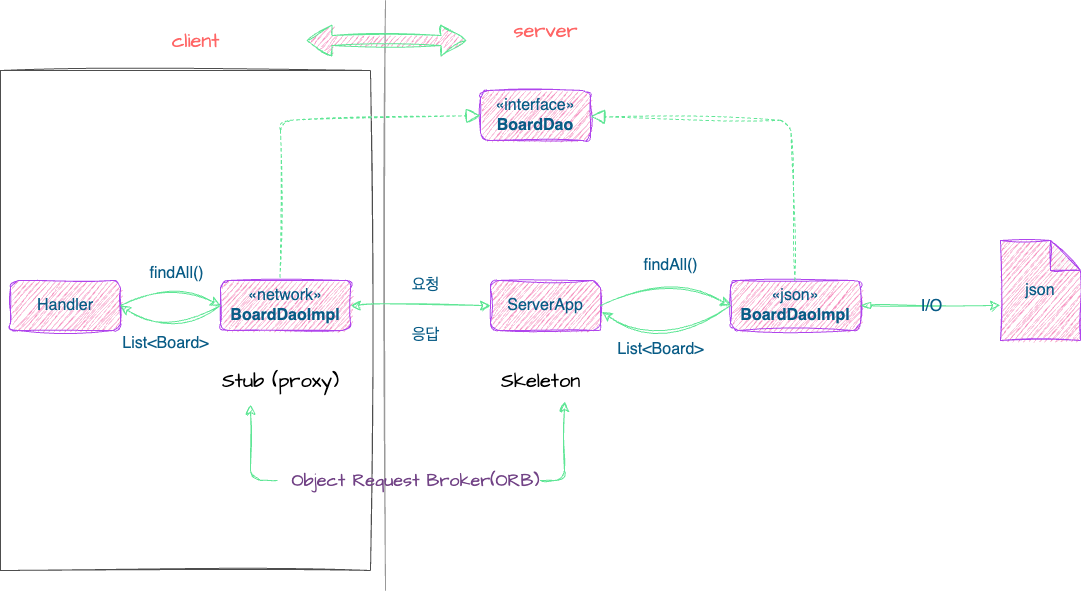
The draw.io diagram 20240117/proxy-diagram.png in zhtmr/static-files-for-posting, before a commit. Source tidied: cells renumbered, new cells last; positions are measured from the earlier drawing's top-left corner, leaving out a move shared by most shapes.
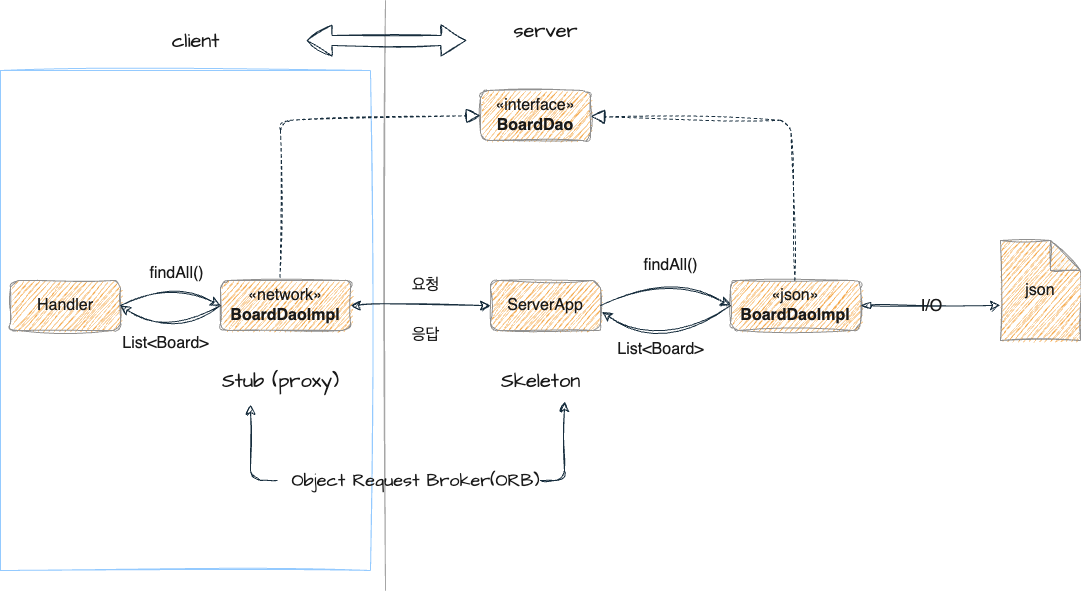
The same file after the commit.

What changed in the source:
```diff
@@ -2,28 +2,28 @@
   <root>
     <mxCell id="0" />
     <mxCell id="1" parent="0" />
-    <mxCell id="2" style="rounded=0;whiteSpace=wrap;html=1;sketch=1;hachureGap=4;jiggle=2;curveFitting=1;fontFamily=Architects Daughter;fontSource=https%3A%2F%2Ffonts.googleapis.com%2Fcss%3Ffamily%3DArchitects%2BDaughter;fontSize=20;opacity=70;glass=1;fillColor=none;shadow=0;" parent="1" vertex="1">
+    <mxCell id="2" style="rounded=0;whiteSpace=wrap;html=1;sketch=1;hachureGap=4;jiggle=2;curveFitting=1;fontFamily=Architects Daughter;fontSource=https%3A%2F%2Ffonts.googleapis.com%2Fcss%3Ffamily%3DArchitects%2BDaughter;fontSize=20;opacity=70;glass=1;fillColor=none;shadow=0;labelBackgroundColor=none;strokeColor=#66B2FF;fontColor=#1A1A1A;" parent="1" vertex="1">
       <mxGeometry y="70" width="370" height="500" as="geometry" />
     </mxCell>
-    <mxCell id="3" style="line;strokeWidth=1;direction=south;html=1;sketch=1;hachureGap=4;jiggle=2;curveFitting=1;strokeColor=#808080;fontFamily=Architects Daughter;fontSource=https%3A%2F%2Ffonts.googleapis.com%2Fcss%3Ffamily%3DArchitects%2BDaughter;fontSize=20;fontColor=#095C86;fillColor=#F694C1;opacity=80;" parent="1" vertex="1">
+    <mxCell id="3" style="line;strokeWidth=1;direction=south;html=1;sketch=1;hachureGap=4;jiggle=2;curveFitting=1;strokeColor=#909090;fontFamily=Architects Daughter;fontSource=https%3A%2F%2Ffonts.googleapis.com%2Fcss%3Ffamily%3DArchitects%2BDaughter;fontSize=20;fontColor=#1A1A1A;fillColor=#F5AB50;opacity=80;labelBackgroundColor=none;" parent="1" vertex="1">
       <mxGeometry x="380" width="10" height="590" as="geometry" />
     </mxCell>
-    <mxCell id="4" value="Handler" style="html=1;whiteSpace=wrap;fontSize=16;rounded=1;sketch=1;curveFitting=1;jiggle=2;labelBackgroundColor=none;fillColor=#F694C1;strokeColor=#AF45ED;fontColor=#095C86;" parent="1" vertex="1">
+    <mxCell id="4" value="Handler" style="html=1;whiteSpace=wrap;fontSize=16;rounded=1;sketch=1;curveFitting=1;jiggle=2;labelBackgroundColor=none;fillColor=#F5AB50;strokeColor=#909090;fontColor=#1A1A1A;" parent="1" vertex="1">
       <mxGeometry x="10" y="280" width="110" height="50" as="geometry" />
     </mxCell>
-    <mxCell id="5" value="«network»&lt;br&gt;&lt;b&gt;BoardDaoImpl&lt;/b&gt;" style="html=1;whiteSpace=wrap;fontSize=16;rounded=1;sketch=1;curveFitting=1;jiggle=2;labelBackgroundColor=none;fillColor=#F694C1;strokeColor=#AF45ED;fontColor=#095C86;" parent="1" vertex="1">
+    <mxCell id="5" value="«network»&lt;br&gt;&lt;b&gt;BoardDaoImpl&lt;/b&gt;" style="html=1;whiteSpace=wrap;fontSize=16;rounded=1;sketch=1;curveFitting=1;jiggle=2;labelBackgroundColor=none;fillColor=#F5AB50;strokeColor=#909090;fontColor=#1A1A1A;" parent="1" vertex="1">
       <mxGeometry x="220" y="280" width="130" height="50" as="geometry" />
     </mxCell>
-    <mxCell id="6" value="«json»&lt;br&gt;&lt;b&gt;BoardDaoImpl&lt;/b&gt;" style="html=1;whiteSpace=wrap;fontSize=16;rounded=1;sketch=1;curveFitting=1;jiggle=2;labelBackgroundColor=none;fillColor=#F694C1;strokeColor=#AF45ED;fontColor=#095C86;" parent="1" vertex="1">
+    <mxCell id="6" value="«json»&lt;br&gt;&lt;b&gt;BoardDaoImpl&lt;/b&gt;" style="html=1;whiteSpace=wrap;fontSize=16;rounded=1;sketch=1;curveFitting=1;jiggle=2;labelBackgroundColor=none;fillColor=#F5AB50;strokeColor=#909090;fontColor=#1A1A1A;" parent="1" vertex="1">
       <mxGeometry x="730" y="280" width="130" height="50" as="geometry" />
     </mxCell>
-    <mxCell id="7" value="ServerApp" style="html=1;whiteSpace=wrap;fontSize=16;rounded=1;sketch=1;curveFitting=1;jiggle=2;labelBackgroundColor=none;fillColor=#F694C1;strokeColor=#AF45ED;fontColor=#095C86;" parent="1" vertex="1">
+    <mxCell id="7" value="ServerApp" style="html=1;whiteSpace=wrap;fontSize=16;rounded=1;sketch=1;curveFitting=1;jiggle=2;labelBackgroundColor=none;fillColor=#F5AB50;strokeColor=#909090;fontColor=#1A1A1A;" parent="1" vertex="1">
       <mxGeometry x="490" y="280" width="110" height="50" as="geometry" />
     </mxCell>
-    <mxCell id="8" value="«interface»&lt;br&gt;&lt;b&gt;BoardDao&lt;/b&gt;" style="html=1;whiteSpace=wrap;fontSize=16;rounded=1;sketch=1;curveFitting=1;jiggle=2;labelBackgroundColor=none;fillColor=#F694C1;strokeColor=#AF45ED;fontColor=#095C86;" parent="1" vertex="1">
+    <mxCell id="8" value="«interface»&lt;br&gt;&lt;b&gt;BoardDao&lt;/b&gt;" style="html=1;whiteSpace=wrap;fontSize=16;rounded=1;sketch=1;curveFitting=1;jiggle=2;labelBackgroundColor=none;fillColor=#F5AB50;strokeColor=#909090;fontColor=#1A1A1A;" parent="1" vertex="1">
       <mxGeometry x="480" y="90" width="110" height="50" as="geometry" />
     </mxCell>
-    <mxCell id="9" style="endArrow=block;dashed=1;endFill=0;endSize=12;html=1;rounded=1;fontSize=12;curved=0;exitX=0.458;exitY=-0.062;exitDx=0;exitDy=0;exitPerimeter=0;entryX=0;entryY=0.5;entryDx=0;entryDy=0;sketch=1;curveFitting=1;jiggle=2;labelBackgroundColor=none;strokeColor=#60E696;fontColor=default;" parent="1" edge="1" target="8">
+    <mxCell id="9" style="endArrow=block;dashed=1;endFill=0;endSize=12;html=1;rounded=1;fontSize=12;curved=0;exitX=0.458;exitY=-0.062;exitDx=0;exitDy=0;exitPerimeter=0;entryX=0;entryY=0.5;entryDx=0;entryDy=0;sketch=1;curveFitting=1;jiggle=2;labelBackgroundColor=none;strokeColor=#182E3E;fontColor=default;" parent="1" edge="1" target="8">
       <mxGeometry relative="1" as="geometry">
         <mxPoint x="279.5" y="276.9" as="sourcePoint" />
         <Array as="points">
@@ -31,111 +31,111 @@
         </Array>
       </mxGeometry>
     </mxCell>
-    <mxCell id="10" style="endArrow=block;dashed=1;endFill=0;endSize=12;html=1;rounded=1;fontSize=12;curved=0;sketch=1;curveFitting=1;jiggle=2;labelBackgroundColor=none;strokeColor=#60E696;fontColor=default;" parent="1" edge="1" source="6" target="8">
+    <mxCell id="10" style="endArrow=block;dashed=1;endFill=0;endSize=12;html=1;rounded=1;fontSize=12;curved=0;sketch=1;curveFitting=1;jiggle=2;labelBackgroundColor=none;strokeColor=#182E3E;fontColor=default;" parent="1" edge="1" source="6" target="8">
       <mxGeometry relative="1" as="geometry">
         <Array as="points">
           <mxPoint x="790" y="120" />
         </Array>
       </mxGeometry>
     </mxCell>
-    <mxCell id="11" value="json" style="shape=note;whiteSpace=wrap;html=1;backgroundOutline=1;darkOpacity=0.05;fontSize=16;rounded=1;sketch=1;curveFitting=1;jiggle=2;labelBackgroundColor=none;fillColor=#F694C1;strokeColor=#AF45ED;fontColor=#095C86;" parent="1" vertex="1">
+    <mxCell id="11" value="json" style="shape=note;whiteSpace=wrap;html=1;backgroundOutline=1;darkOpacity=0.05;fontSize=16;rounded=1;sketch=1;curveFitting=1;jiggle=2;labelBackgroundColor=none;fillColor=#F5AB50;strokeColor=#909090;fontColor=#1A1A1A;" parent="1" vertex="1">
       <mxGeometry x="1000" y="240" width="80" height="100" as="geometry" />
     </mxCell>
-    <mxCell id="12" style="endArrow=classic;html=1;rounded=0;fontSize=12;startSize=8;endSize=8;curved=1;exitX=1;exitY=0.5;exitDx=0;exitDy=0;entryX=0;entryY=0.5;entryDx=0;entryDy=0;sketch=1;curveFitting=1;jiggle=2;labelBackgroundColor=none;strokeColor=#60E696;fontColor=default;" parent="1" edge="1" source="4" target="5">
+    <mxCell id="12" style="endArrow=classic;html=1;rounded=0;fontSize=12;startSize=8;endSize=8;curved=1;exitX=1;exitY=0.5;exitDx=0;exitDy=0;entryX=0;entryY=0.5;entryDx=0;entryDy=0;sketch=1;curveFitting=1;jiggle=2;labelBackgroundColor=none;strokeColor=#182E3E;fontColor=default;" parent="1" edge="1" source="4" target="5">
       <mxGeometry relative="1" as="geometry">
         <Array as="points">
           <mxPoint x="170" y="280" />
         </Array>
       </mxGeometry>
     </mxCell>
-    <mxCell id="13" value="findAll()" style="edgeLabel;html=1;align=center;verticalAlign=middle;fontSize=16;sketch=1;curveFitting=1;jiggle=2;labelBackgroundColor=none;fontColor=#095C86;" parent="12" vertex="1">
+    <mxCell id="13" value="findAll()" style="edgeLabel;html=1;align=center;verticalAlign=middle;fontSize=16;sketch=1;curveFitting=1;jiggle=2;labelBackgroundColor=none;fontColor=#1A1A1A;" parent="12" vertex="1">
       <mxGeometry relative="1" as="geometry">
         <mxPoint x="5" y="-8" as="offset" />
       </mxGeometry>
     </mxCell>
-    <mxCell id="14" style="endArrow=classic;html=1;rounded=0;fontSize=12;startSize=8;endSize=8;curved=1;entryX=0;entryY=0.5;entryDx=0;entryDy=0;exitX=1;exitY=0.5;exitDx=0;exitDy=0;startArrow=blockThin;startFill=1;sketch=1;curveFitting=1;jiggle=2;labelBackgroundColor=none;strokeColor=#60E696;fontColor=default;" parent="1" edge="1" source="6">
+    <mxCell id="14" style="endArrow=classic;html=1;rounded=0;fontSize=12;startSize=8;endSize=8;curved=1;entryX=0;entryY=0.5;entryDx=0;entryDy=0;exitX=1;exitY=0.5;exitDx=0;exitDy=0;startArrow=blockThin;startFill=1;sketch=1;curveFitting=1;jiggle=2;labelBackgroundColor=none;strokeColor=#182E3E;fontColor=default;" parent="1" edge="1" source="6">
       <mxGeometry relative="1" as="geometry">
         <mxPoint x="1000" y="305" as="targetPoint" />
       </mxGeometry>
     </mxCell>
-    <mxCell id="15" value="I/O" style="edgeLabel;html=1;align=center;verticalAlign=middle;fontSize=16;sketch=1;curveFitting=1;jiggle=2;labelBackgroundColor=none;fontColor=#095C86;" parent="14" vertex="1">
+    <mxCell id="15" value="I/O" style="edgeLabel;html=1;align=center;verticalAlign=middle;fontSize=16;sketch=1;curveFitting=1;jiggle=2;labelBackgroundColor=none;fontColor=#1A1A1A;" parent="14" vertex="1">
       <mxGeometry relative="1" as="geometry" />
     </mxCell>
-    <mxCell id="16" style="endArrow=classic;html=1;rounded=0;fontSize=12;startSize=8;endSize=8;curved=1;exitX=0;exitY=0.5;exitDx=0;exitDy=0;entryX=1;entryY=0.5;entryDx=0;entryDy=0;sketch=1;curveFitting=1;jiggle=2;labelBackgroundColor=none;strokeColor=#60E696;fontColor=default;" parent="1" edge="1" source="5" target="4">
+    <mxCell id="16" style="endArrow=classic;html=1;rounded=0;fontSize=12;startSize=8;endSize=8;curved=1;exitX=0;exitY=0.5;exitDx=0;exitDy=0;entryX=1;entryY=0.5;entryDx=0;entryDy=0;sketch=1;curveFitting=1;jiggle=2;labelBackgroundColor=none;strokeColor=#182E3E;fontColor=default;" parent="1" edge="1" source="5" target="4">
       <mxGeometry relative="1" as="geometry">
         <Array as="points">
           <mxPoint x="170" y="340" />
         </Array>
       </mxGeometry>
     </mxCell>
-    <mxCell id="17" value="List&amp;lt;Board&amp;gt;" style="edgeLabel;html=1;align=center;verticalAlign=middle;fontSize=16;sketch=1;curveFitting=1;jiggle=2;labelBackgroundColor=none;fontColor=#095C86;" parent="16" vertex="1">
+    <mxCell id="17" value="List&amp;lt;Board&amp;gt;" style="edgeLabel;html=1;align=center;verticalAlign=middle;fontSize=16;sketch=1;curveFitting=1;jiggle=2;labelBackgroundColor=none;fontColor=#1A1A1A;" parent="16" vertex="1">
       <mxGeometry relative="1" as="geometry">
         <mxPoint x="-6" y="2" as="offset" />
       </mxGeometry>
     </mxCell>
-    <mxCell id="18" style="endArrow=classic;html=1;rounded=0;fontSize=12;startSize=8;endSize=8;curved=1;exitX=1;exitY=0.5;exitDx=0;exitDy=0;entryX=0;entryY=0.5;entryDx=0;entryDy=0;sketch=1;curveFitting=1;jiggle=2;labelBackgroundColor=none;strokeColor=#60E696;fontColor=default;" parent="1" edge="1" source="7" target="6">
+    <mxCell id="18" style="endArrow=classic;html=1;rounded=0;fontSize=12;startSize=8;endSize=8;curved=1;exitX=1;exitY=0.5;exitDx=0;exitDy=0;entryX=0;entryY=0.5;entryDx=0;entryDy=0;sketch=1;curveFitting=1;jiggle=2;labelBackgroundColor=none;strokeColor=#182E3E;fontColor=default;" parent="1" edge="1" source="7" target="6">
       <mxGeometry relative="1" as="geometry">
         <Array as="points">
           <mxPoint x="660" y="270" />
         </Array>
       </mxGeometry>
     </mxCell>
-    <mxCell id="19" value="findAll()" style="edgeLabel;html=1;align=center;verticalAlign=middle;fontSize=16;sketch=1;curveFitting=1;jiggle=2;labelBackgroundColor=none;fontColor=#095C86;" parent="18" vertex="1">
+    <mxCell id="19" value="findAll()" style="edgeLabel;html=1;align=center;verticalAlign=middle;fontSize=16;sketch=1;curveFitting=1;jiggle=2;labelBackgroundColor=none;fontColor=#1A1A1A;" parent="18" vertex="1">
       <mxGeometry relative="1" as="geometry">
         <mxPoint x="5" y="-8" as="offset" />
       </mxGeometry>
     </mxCell>
-    <mxCell id="20" style="endArrow=classic;html=1;rounded=0;fontSize=12;startSize=8;endSize=8;curved=1;exitX=0;exitY=0.5;exitDx=0;exitDy=0;entryX=1.012;entryY=0.629;entryDx=0;entryDy=0;entryPerimeter=0;sketch=1;curveFitting=1;jiggle=2;labelBackgroundColor=none;strokeColor=#60E696;fontColor=default;" parent="1" edge="1" source="6" target="7">
+    <mxCell id="20" style="endArrow=classic;html=1;rounded=0;fontSize=12;startSize=8;endSize=8;curved=1;exitX=0;exitY=0.5;exitDx=0;exitDy=0;entryX=1.012;entryY=0.629;entryDx=0;entryDy=0;entryPerimeter=0;sketch=1;curveFitting=1;jiggle=2;labelBackgroundColor=none;strokeColor=#182E3E;fontColor=default;" parent="1" edge="1" source="6" target="7">
       <mxGeometry relative="1" as="geometry">
         <Array as="points">
           <mxPoint x="660" y="350" />
         </Array>
       </mxGeometry>
     </mxCell>
-    <mxCell id="21" value="List&amp;lt;Board&amp;gt;" style="edgeLabel;html=1;align=center;verticalAlign=middle;fontSize=16;sketch=1;curveFitting=1;jiggle=2;labelBackgroundColor=none;fontColor=#095C86;" parent="20" vertex="1">
+    <mxCell id="21" value="List&amp;lt;Board&amp;gt;" style="edgeLabel;html=1;align=center;verticalAlign=middle;fontSize=16;sketch=1;curveFitting=1;jiggle=2;labelBackgroundColor=none;fontColor=#1A1A1A;" parent="20" vertex="1">
       <mxGeometry relative="1" as="geometry">
         <mxPoint x="-6" y="2" as="offset" />
       </mxGeometry>
     </mxCell>
-    <mxCell id="22" style="endArrow=classic;startArrow=classic;html=1;rounded=0;fontSize=12;startSize=8;endSize=8;curved=1;exitX=1;exitY=0.5;exitDx=0;exitDy=0;entryX=0;entryY=0.5;entryDx=0;entryDy=0;sketch=1;curveFitting=1;jiggle=2;labelBackgroundColor=none;strokeColor=#60E696;fontColor=default;" parent="1" edge="1" source="5" target="7">
+    <mxCell id="22" style="endArrow=classic;startArrow=classic;html=1;rounded=0;fontSize=12;startSize=8;endSize=8;curved=1;exitX=1;exitY=0.5;exitDx=0;exitDy=0;entryX=0;entryY=0.5;entryDx=0;entryDy=0;sketch=1;curveFitting=1;jiggle=2;labelBackgroundColor=none;strokeColor=#182E3E;fontColor=default;" parent="1" edge="1" source="5" target="7">
       <mxGeometry relative="1" as="geometry" />
     </mxCell>
-    <mxCell id="23" value="요청" style="text;html=1;align=center;verticalAlign=middle;strokeColor=none;fillColor=none;fontSize=16;sketch=1;curveFitting=1;jiggle=2;labelBackgroundColor=none;fontColor=#095C86;" parent="1" vertex="1">
+    <mxCell id="23" value="요청" style="text;html=1;align=center;verticalAlign=middle;strokeColor=none;fillColor=none;fontSize=16;sketch=1;curveFitting=1;jiggle=2;labelBackgroundColor=none;fontColor=#1A1A1A;" parent="1" vertex="1">
       <mxGeometry x="400" y="270" width="50" height="30" as="geometry" />
     </mxCell>
-    <mxCell id="24" value="응답" style="text;html=1;align=center;verticalAlign=middle;strokeColor=none;fillColor=none;fontSize=16;sketch=1;curveFitting=1;jiggle=2;labelBackgroundColor=none;fontColor=#095C86;" parent="1" vertex="1">
+    <mxCell id="24" value="응답" style="text;html=1;align=center;verticalAlign=middle;strokeColor=none;fillColor=none;fontSize=16;sketch=1;curveFitting=1;jiggle=2;labelBackgroundColor=none;fontColor=#1A1A1A;" parent="1" vertex="1">
       <mxGeometry x="400" y="320" width="50" height="30" as="geometry" />
     </mxCell>
-    <mxCell id="25" value="Stub (proxy)" style="text;html=1;align=center;verticalAlign=middle;fontSize=20;fontFamily=Architects Daughter;" parent="1" vertex="1">
+    <mxCell id="25" value="Stub (proxy)" style="text;html=1;align=center;verticalAlign=middle;fontSize=20;fontFamily=Architects Daughter;labelBackgroundColor=none;fontColor=#1A1A1A;" parent="1" vertex="1">
       <mxGeometry x="210" y="360" width="140" height="40" as="geometry" />
     </mxCell>
-    <mxCell id="26" value="Skeleton" style="text;html=1;align=center;verticalAlign=middle;points=[];fontSize=20;fontFamily=Architects Daughter;" parent="1" vertex="1">
+    <mxCell id="26" value="Skeleton" style="text;html=1;align=center;verticalAlign=middle;points=[];fontSize=20;fontFamily=Architects Daughter;labelBackgroundColor=none;fontColor=#1A1A1A;" parent="1" vertex="1">
       <mxGeometry x="490" y="360" width="100" height="40" as="geometry" />
     </mxCell>
-    <mxCell id="27" value="Object Request Broker(ORB)" style="text;html=1;align=center;verticalAlign=middle;strokeColor=none;fillColor=none;fontSize=18;fontFamily=Architects Daughter;fontColor=#724386;" parent="1" vertex="1">
+    <mxCell id="27" value="Object Request Broker(ORB)" style="text;html=1;align=center;verticalAlign=middle;strokeColor=none;fillColor=none;fontSize=18;fontFamily=Architects Daughter;fontColor=#1A1A1A;labelBackgroundColor=none;" parent="1" vertex="1">
       <mxGeometry x="280" y="460" width="270" height="40" as="geometry" />
     </mxCell>
-    <mxCell id="28" style="edgeStyle=segmentEdgeStyle;endArrow=classic;html=1;curved=0;rounded=1;endSize=8;startSize=8;sketch=1;hachureGap=4;jiggle=2;curveFitting=1;strokeColor=#60E696;fontFamily=Architects Daughter;fontSource=https%3A%2F%2Ffonts.googleapis.com%2Fcss%3Ffamily%3DArchitects%2BDaughter;fontSize=16;fontColor=#095C86;fillColor=#F694C1;entryX=0.74;entryY=1.025;entryDx=0;entryDy=0;entryPerimeter=0;" parent="1" edge="1" target="26">
+    <mxCell id="28" style="edgeStyle=segmentEdgeStyle;endArrow=classic;html=1;curved=0;rounded=1;endSize=8;startSize=8;sketch=1;hachureGap=4;jiggle=2;curveFitting=1;strokeColor=#182E3E;fontFamily=Architects Daughter;fontSource=https%3A%2F%2Ffonts.googleapis.com%2Fcss%3Ffamily%3DArchitects%2BDaughter;fontSize=16;fontColor=default;entryX=0.74;entryY=1.025;entryDx=0;entryDy=0;entryPerimeter=0;labelBackgroundColor=none;" parent="1" edge="1" target="26">
       <mxGeometry relative="1" as="geometry">
         <mxPoint x="540" y="480" as="sourcePoint" />
       </mxGeometry>
     </mxCell>
-    <mxCell id="29" style="edgeStyle=segmentEdgeStyle;endArrow=classic;html=1;curved=0;rounded=1;endSize=8;startSize=8;sketch=1;hachureGap=4;jiggle=2;curveFitting=1;strokeColor=#60E696;fontFamily=Architects Daughter;fontSource=https%3A%2F%2Ffonts.googleapis.com%2Fcss%3Ffamily%3DArchitects%2BDaughter;fontSize=16;fontColor=#095C86;fillColor=#F694C1;entryX=0.74;entryY=1.025;entryDx=0;entryDy=0;entryPerimeter=0;" parent="1" edge="1">
+    <mxCell id="29" style="edgeStyle=segmentEdgeStyle;endArrow=classic;html=1;curved=0;rounded=1;endSize=8;startSize=8;sketch=1;hachureGap=4;jiggle=2;curveFitting=1;strokeColor=#182E3E;fontFamily=Architects Daughter;fontSource=https%3A%2F%2Ffonts.googleapis.com%2Fcss%3Ffamily%3DArchitects%2BDaughter;fontSize=16;fontColor=default;entryX=0.74;entryY=1.025;entryDx=0;entryDy=0;entryPerimeter=0;labelBackgroundColor=none;" parent="1" edge="1">
       <mxGeometry relative="1" as="geometry">
         <mxPoint x="277" y="480" as="sourcePoint" />
         <mxPoint x="250" y="404" as="targetPoint" />
       </mxGeometry>
     </mxCell>
-    <mxCell id="30" style="shape=flexArrow;endArrow=classic;startArrow=classic;html=1;rounded=0;sketch=1;hachureGap=4;jiggle=2;curveFitting=1;strokeColor=#60E696;fontFamily=Architects Daughter;fontSource=https%3A%2F%2Ffonts.googleapis.com%2Fcss%3Ffamily%3DArchitects%2BDaughter;fontSize=16;fontColor=#095C86;startSize=8;endSize=8;fillColor=#F694C1;curved=1;" parent="1" edge="1">
+    <mxCell id="30" style="shape=flexArrow;endArrow=classic;startArrow=classic;html=1;rounded=0;sketch=1;hachureGap=4;jiggle=2;curveFitting=1;strokeColor=#182E3E;fontFamily=Architects Daughter;fontSource=https%3A%2F%2Ffonts.googleapis.com%2Fcss%3Ffamily%3DArchitects%2BDaughter;fontSize=16;fontColor=default;startSize=8;endSize=8;curved=1;labelBackgroundColor=none;" parent="1" edge="1">
       <mxGeometry relative="1" as="geometry">
         <mxPoint x="306" y="40" as="sourcePoint" />
         <mxPoint x="466" y="40" as="targetPoint" />
       </mxGeometry>
     </mxCell>
-    <mxCell id="31" value="client" style="text;html=1;align=center;verticalAlign=middle;strokeColor=none;fillColor=none;fontSize=20;fontFamily=Architects Daughter;fontColor=#FF6666;fontSource=https%3A%2F%2Ffonts.googleapis.com%2Fcss%3Ffamily%3DArchitects%2BDaughter;" parent="1" vertex="1">
+    <mxCell id="31" value="client" style="text;html=1;align=center;verticalAlign=middle;strokeColor=none;fillColor=none;fontSize=20;fontFamily=Architects Daughter;fontColor=#1A1A1A;fontSource=https%3A%2F%2Ffonts.googleapis.com%2Fcss%3Ffamily%3DArchitects%2BDaughter;labelBackgroundColor=none;" parent="1" vertex="1">
       <mxGeometry x="160" y="20" width="70" height="40" as="geometry" />
     </mxCell>
-    <mxCell id="32" value="server" style="text;html=1;align=center;verticalAlign=middle;strokeColor=none;fillColor=none;fontSize=20;fontFamily=Architects Daughter;fontColor=#FF6666;" parent="1" vertex="1">
+    <mxCell id="32" value="server" style="text;html=1;align=center;verticalAlign=middle;strokeColor=none;fillColor=none;fontSize=20;fontFamily=Architects Daughter;fontColor=#1A1A1A;labelBackgroundColor=none;" parent="1" vertex="1">
       <mxGeometry x="500" y="10" width="90" height="40" as="geometry" />
     </mxCell>
   </root>
```
